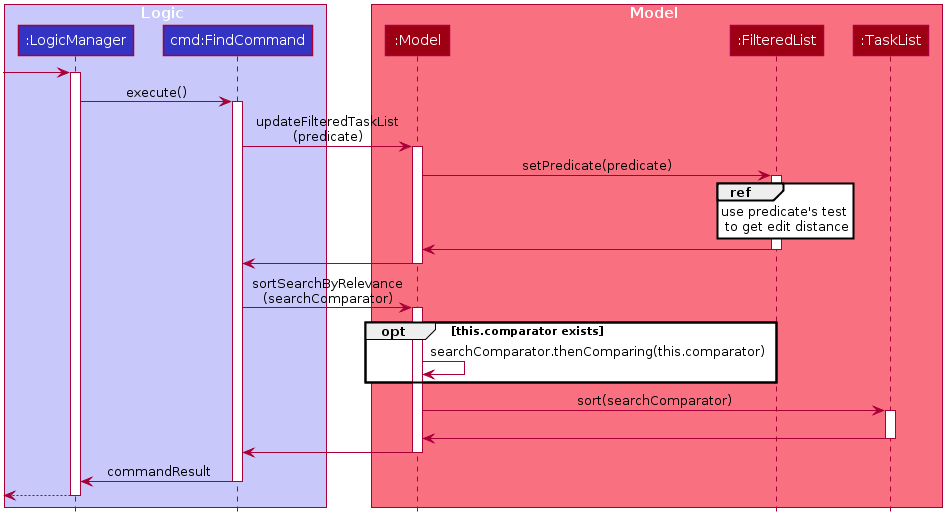
This is docs/images/FindSequenceDiagram.png from nus-cs2103-AY1920S2/addressbook-level3, a PlantUML export, as it was before one commit.
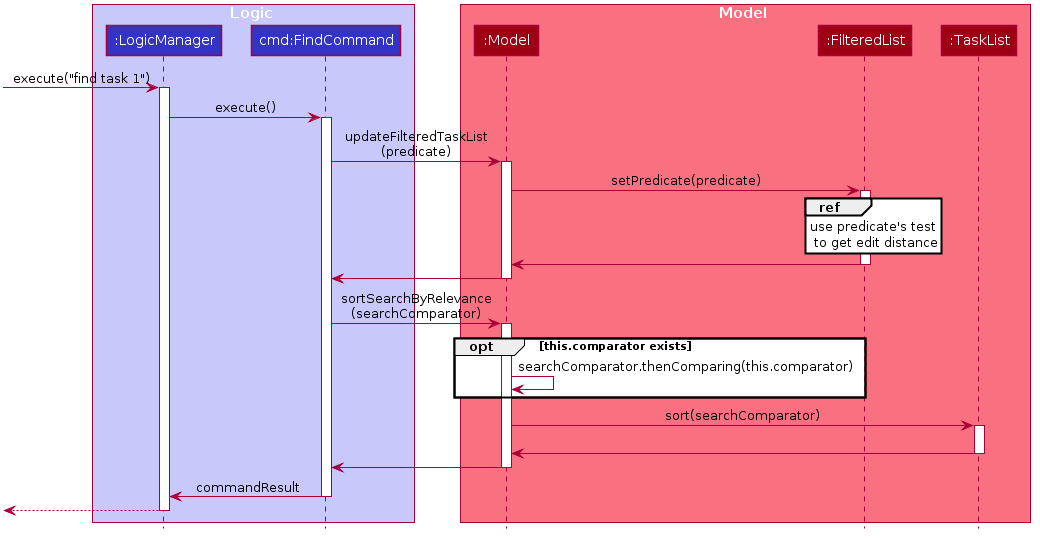
The same file after the commit.

Change to the diagram source:
```diff
@@ -60,7 +60,7 @@
 participant ":TaskList" as TaskList #9D0012
 end box
 
-[-> LogicManager :
+[-> LogicManager : execute("find task 1")
 activate LogicManager
 
 LogicManager -> FindCommand : execute()
```
